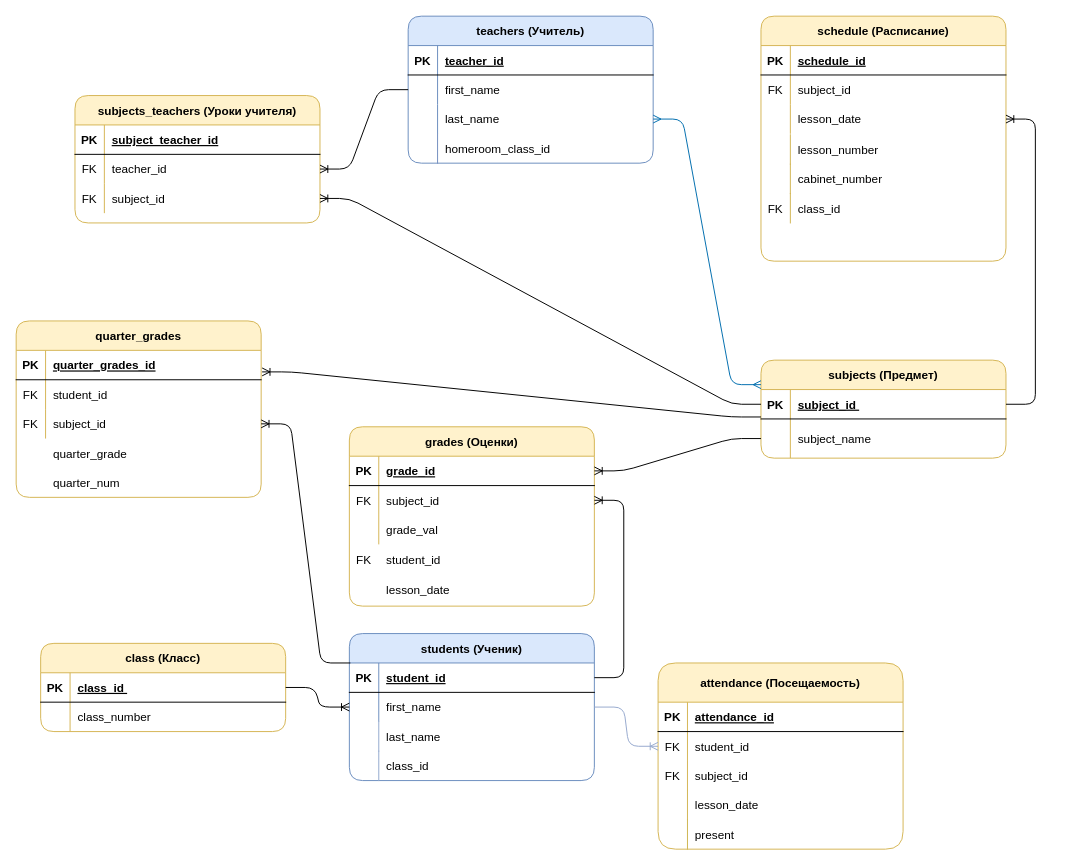
Earlier version of the draw.io diagram Диаграмма без названия.drawio (Web-destiny/appNotes). Source tidied: cells renumbered, new cells numbered last; positions are measured from the earlier drawing's top-left corner, leaving out a move shared by most shapes. Both pictures are drawn from the tidied source at 98%, with x=0, y=0 at pixel (16, 16).
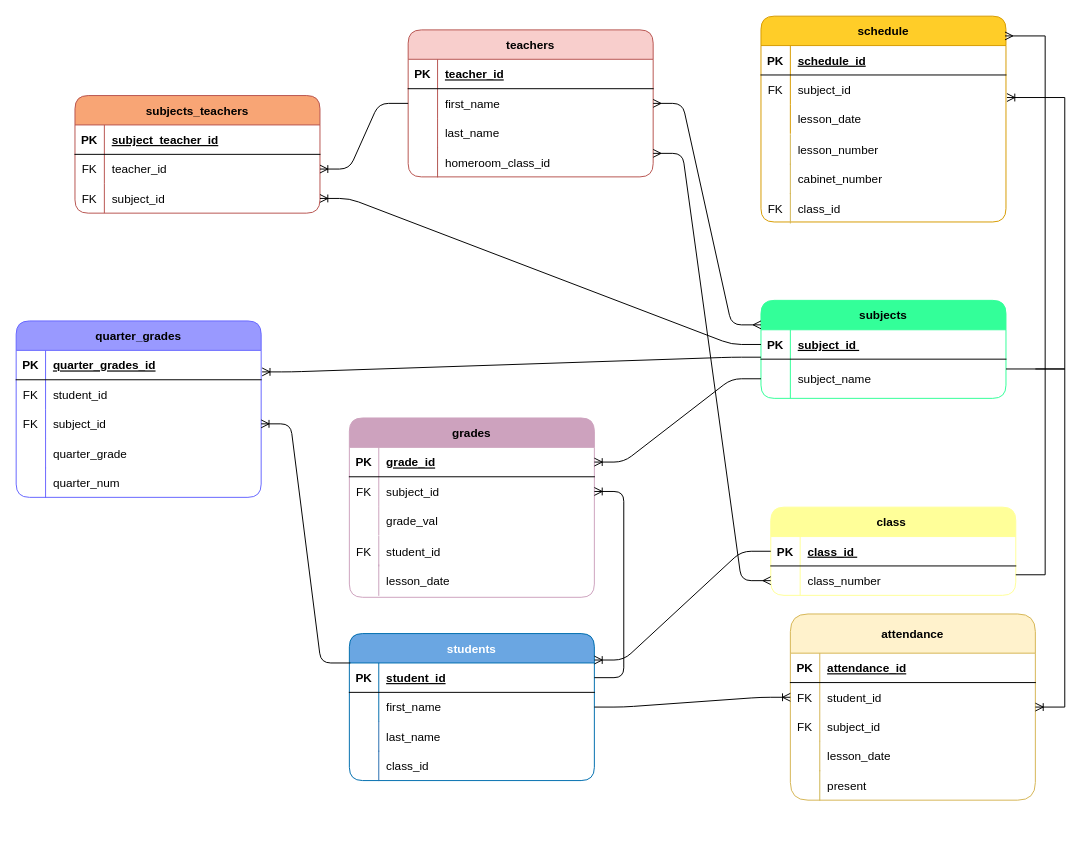
The same diagram, later.

The change refers to these unchanged cells:
```xml
<mxCell id="6" style="shape=partialRectangle;fillColor=none;points=[[0,0.5],[1,0.5]];portConstraint=eastwest;top=0;left=0;right=0;bottom=0;" parent="2" vertex="1">
  <mxGeometry y="60" width="250" height="30" as="geometry" />
</mxCell>
<mxCell id="9" style="shape=partialRectangle;fillColor=none;points=[[0,0.5],[1,0.5]];portConstraint=eastwest;top=0;left=0;right=0;bottom=0;" parent="2" vertex="1">
  <mxGeometry y="90" width="250" height="30" as="geometry" />
</mxCell>
<mxCell id="13" style="shape=partialRectangle;fillColor=none;points=[[0,0.5],[1,0.5]];portConstraint=eastwest;top=0;left=0;right=0;bottom=1;" parent="12" vertex="1">
  <mxGeometry y="30" width="250" height="30" as="geometry" />
</mxCell>
<mxCell id="16" style="shape=partialRectangle;fillColor=none;points=[[0,0.5],[1,0.5]];portConstraint=eastwest;top=0;left=0;right=0;bottom=0;" parent="12" vertex="1">
  <mxGeometry y="60" width="250" height="40" as="geometry" />
</mxCell>
<mxCell id="20" style="shape=partialRectangle;fillColor=none;points=[[0,0.5],[1,0.5]];portConstraint=eastwest;top=0;left=0;right=0;bottom=1;" parent="19" vertex="1">
  <mxGeometry y="30" width="250" height="30" as="geometry" />
</mxCell>
<mxCell id="23" style="shape=partialRectangle;fillColor=none;points=[[0,0.5],[1,0.5]];portConstraint=eastwest;top=0;left=0;right=0;bottom=0;" parent="19" vertex="1">
  <mxGeometry y="60" width="250" height="30" as="geometry" />
</mxCell>
<mxCell id="40" style="shape=partialRectangle;fillColor=none;points=[[0,0.5],[1,0.5]];portConstraint=eastwest;top=0;left=0;right=0;bottom=0;" parent="36" vertex="1">
  <mxGeometry y="70" width="250" height="30" as="geometry" />
</mxCell>
<mxCell id="70" style="shape=partialRectangle;fillColor=none;points=[[0,0.5],[1,0.5]];portConstraint=eastwest;top=0;left=0;right=0;bottom=0;" parent="66" vertex="1">
  <mxGeometry y="60" width="250" height="30" as="geometry" />
</mxCell>
<mxCell id="73" style="shape=partialRectangle;fillColor=none;points=[[0,0.5],[1,0.5]];portConstraint=eastwest;top=0;left=0;right=0;bottom=0;" parent="66" vertex="1">
  <mxGeometry y="90" width="250" height="30" as="geometry" />
</mxCell>
<mxCell id="80" style="shape=partialRectangle;fillColor=none;points=[[0,0.5],[1,0.5]];portConstraint=eastwest;top=0;left=0;right=0;bottom=0;" parent="76" vertex="1">
  <mxGeometry y="60" width="250" height="30" as="geometry" />
</mxCell>
```

Diff of the diagram source:
```diff
@@
-    <mxCell id="2" value="teachers (Учитель)" style="shape=table;startSize=30;childLayout=tableLayout;rowLines=0;fontStyle=1;align=center;fillColor=#dae8fc;strokeColor=#6c8ebf;rounded=1;" parent="1" vertex="1">
-      <mxGeometry x="400" width="250" height="150" as="geometry" />
+    <mxCell id="2" value="teachers" style="shape=table;startSize=30;childLayout=tableLayout;rowLines=0;fontStyle=1;align=center;rounded=1;fillColor=#f8cecc;gradientColor=none;strokeColor=#b85450;" parent="1" vertex="1">
+      <mxGeometry x="400" y="14" width="250" height="150" as="geometry" />
     </mxCell>
@@
-    <mxCell id="12" value="subjects (Предмет)" style="shape=table;startSize=30;childLayout=tableLayout;rowLines=0;fontStyle=1;align=center;fillColor=#fff2cc;strokeColor=#d6b656;rounded=1;" parent="1" vertex="1">
-      <mxGeometry x="760" y="351" width="250" height="100" as="geometry" />
+    <mxCell id="12" value="subjects" style="shape=table;startSize=30;childLayout=tableLayout;rowLines=0;fontStyle=1;align=center;fillColor=#33FF99;strokeColor=#33FF99;rounded=1;" parent="1" vertex="1">
+      <mxGeometry x="760" y="290" width="250" height="100" as="geometry" />
     </mxCell>
@@
-    <mxCell id="19" value="class (Класс)" style="shape=table;startSize=30;childLayout=tableLayout;rowLines=0;fontStyle=1;align=center;fillColor=#fff2cc;strokeColor=#d6b656;rounded=1;" parent="1" vertex="1">
-      <mxGeometry x="25" y="640" width="250" height="90" as="geometry" />
+    <mxCell id="19" value="class " style="shape=table;startSize=30;childLayout=tableLayout;rowLines=0;fontStyle=1;align=center;fillColor=#FFFF99;strokeColor=#FFFF99;rounded=1;" parent="1" vertex="1">
+      <mxGeometry x="770" y="501" width="250" height="90" as="geometry" />
     </mxCell>
@@
-    <mxCell id="26" value="subjects_teachers (Уроки учителя)" style="shape=table;startSize=30;childLayout=tableLayout;rowLines=0;fontStyle=1;align=center;fillColor=#fff2cc;strokeColor=#d6b656;rounded=1;" parent="1" vertex="1">
-      <mxGeometry x="60" y="81" width="250" height="130" as="geometry" />
+    <mxCell id="26" value="subjects_teachers" style="shape=table;startSize=30;childLayout=tableLayout;rowLines=0;fontStyle=1;align=center;fillColor=#F8A575;strokeColor=#b85450;rounded=1;gradientColor=none;" parent="1" vertex="1">
+      <mxGeometry x="60" y="81" width="250" height="120" as="geometry" />
     </mxCell>
@@
-    <mxCell id="36" value="attendance (Посещаемость)" style="shape=table;startSize=40;childLayout=tableLayout;rowLines=0;fontStyle=1;align=center;fillColor=#fff2cc;strokeColor=#d6b656;rounded=1;" parent="1" vertex="1">
-      <mxGeometry x="655" y="660" width="250" height="190" as="geometry" />
+    <mxCell id="36" value="attendance" style="shape=table;startSize=40;childLayout=tableLayout;rowLines=0;fontStyle=1;align=center;fillColor=#fff2cc;strokeColor=#d6b656;rounded=1;" parent="1" vertex="1">
+      <mxGeometry x="790" y="610" width="250" height="190" as="geometry" />
     </mxCell>
@@
-    <mxCell id="46" value="grades (Оценки)" style="shape=table;startSize=30;childLayout=tableLayout;rowLines=0;fontStyle=1;align=center;fillColor=#fff2cc;strokeColor=#d6b656;rounded=1;" parent="1" vertex="1">
-      <mxGeometry x="340" y="419" width="250" height="183" as="geometry" />
+    <mxCell id="46" value="grades" style="shape=table;startSize=30;childLayout=tableLayout;rowLines=0;fontStyle=1;align=center;fillColor=#CDA2BE;strokeColor=#CDA2BE;rounded=1;" parent="1" vertex="1">
+      <mxGeometry x="340" y="410" width="250" height="183" as="geometry" />
     </mxCell>
@@
-    <mxCell id="56" value="quarter_grades" style="shape=table;startSize=30;childLayout=tableLayout;rowLines=0;fontStyle=1;align=center;fillColor=#fff2cc;strokeColor=#d6b656;rounded=1;" parent="1" vertex="1">
+    <mxCell id="56" value="quarter_grades" style="shape=table;startSize=30;childLayout=tableLayout;rowLines=0;fontStyle=1;align=center;fillColor=#9999FF;strokeColor=#6666FF;rounded=1;" parent="1" vertex="1">
       <mxGeometry y="311" width="250" height="180" as="geometry" />
     </mxCell>
@@
-    <mxCell id="66" value="schedule (Расписание)" style="shape=table;startSize=30;childLayout=tableLayout;rowLines=0;fontStyle=1;align=center;fillColor=#fff2cc;strokeColor=#d6b656;rounded=1;" parent="1" vertex="1">
-      <mxGeometry x="760" width="250" height="250" as="geometry" />
+    <mxCell id="66" value="schedule" style="shape=table;startSize=30;childLayout=tableLayout;rowLines=0;fontStyle=1;align=center;fillColor=#ffcd28;strokeColor=#d79b00;rounded=1;gradientColor=none;" parent="1" vertex="1">
+      <mxGeometry x="760" width="250" height="210" as="geometry" />
     </mxCell>
@@
-    <mxCell id="76" value="students (Ученик)" style="shape=table;startSize=30;childLayout=tableLayout;rowLines=0;fontStyle=1;align=center;fillColor=#dae8fc;strokeColor=#6c8ebf;top=1;right=1;rounded=1;" parent="1" vertex="1">
+    <mxCell id="76" value="students" style="shape=table;startSize=30;childLayout=tableLayout;rowLines=0;fontStyle=1;align=center;fillColor=#6AA6E2;strokeColor=#006EAF;top=1;right=1;rounded=1;fontColor=#ffffff;" parent="1" vertex="1">
       <mxGeometry x="340" y="630" width="250" height="150" as="geometry" />
     </mxCell>
@@
-    <mxCell id="83" style="shape=partialRectangle;overflow=hidden;fillColor=none;top=0;left=0;bottom=0;right=1;strokeWidth=1;strokeColor=#94a9ce;align=center;verticalAlign=middle;fontFamily=Helvetica;fontSize=12;fontColor=default;" parent="1" vertex="1">
+    <mxCell id="83" style="shape=partialRectangle;overflow=hidden;fillColor=none;top=0;left=0;bottom=0;right=1;strokeWidth=1;strokeColor=#286eb0;align=center;verticalAlign=middle;fontFamily=Helvetica;fontSize=12;fontColor=default;" parent="1" vertex="1">
       <mxGeometry x="340" y="720" width="30" height="30" as="geometry" />
     </mxCell>
@@
-    <mxCell id="85" style="shape=partialRectangle;overflow=hidden;fillColor=none;top=0;left=0;bottom=0;right=1;strokeWidth=1;strokeColor=#94a9ce;align=center;verticalAlign=middle;fontFamily=Helvetica;fontSize=12;fontColor=default;" parent="1" vertex="1">
+    <mxCell id="85" style="shape=partialRectangle;overflow=hidden;fillColor=none;top=0;left=0;bottom=0;right=1;strokeWidth=1;strokeColor=#286EB0;align=center;verticalAlign=middle;fontFamily=Helvetica;fontSize=12;fontColor=default;" parent="1" vertex="1">
       <mxGeometry x="340" y="750" width="30" height="30" as="geometry" />
     </mxCell>
@@
-    <mxCell id="87" style="shape=partialRectangle;overflow=hidden;fillColor=none;top=0;left=0;bottom=0;right=1;strokeColor=#728ebf;" parent="1" vertex="1">
-      <mxGeometry x="400" y="120" width="30" height="30" as="geometry" />
+    <mxCell id="87" style="shape=partialRectangle;overflow=hidden;fillColor=none;top=0;left=0;bottom=0;right=1;strokeColor=#b1544e;" parent="1" vertex="1">
+      <mxGeometry x="400" y="134" width="30" height="30" as="geometry" />
     </mxCell>
     <mxCell id="88" value="homeroom_class_id" style="shape=partialRectangle;overflow=hidden;fillColor=none;top=0;left=0;bottom=0;right=0;align=left;spacingLeft=6;" parent="1" vertex="1">
-      <mxGeometry x="430" y="120" width="220" height="30" as="geometry" />
+      <mxGeometry x="430" y="134" width="220" height="30" as="geometry" />
     </mxCell>
     <mxCell id="89" style="shape=partialRectangle;overflow=hidden;fillColor=none;top=0;left=0;bottom=0;right=1;strokeColor=#d2b654;" parent="1" vertex="1">
-      <mxGeometry x="655" y="790" width="30" height="30" as="geometry" />
+      <mxGeometry x="790" y="740" width="30" height="30" as="geometry" />
     </mxCell>
     <mxCell id="90" value="lesson_date" style="shape=partialRectangle;overflow=hidden;fillColor=none;top=0;left=0;bottom=0;right=0;align=left;spacingLeft=6;" parent="1" vertex="1">
-      <mxGeometry x="685" y="790" width="220" height="30" as="geometry" />
+      <mxGeometry x="820" y="740" width="220" height="30" as="geometry" />
     </mxCell>
     <mxCell id="91" style="shape=partialRectangle;overflow=hidden;fillColor=none;top=0;left=0;bottom=0;right=1;strokeColor=#ceb652;" parent="1" vertex="1">
-      <mxGeometry x="655" y="820" width="30" height="30" as="geometry" />
+      <mxGeometry x="790" y="770" width="30" height="30" as="geometry" />
     </mxCell>
     <mxCell id="92" value="present" style="shape=partialRectangle;overflow=hidden;fillColor=none;top=0;left=0;bottom=0;right=0;align=left;spacingLeft=6;strokeColor=#d2b654;" parent="1" vertex="1">
-      <mxGeometry x="685" y="820" width="220" height="30" as="geometry" />
+      <mxGeometry x="820" y="770" width="220" height="30" as="geometry" />
     </mxCell>
-    <mxCell id="93" value="FK" style="shape=partialRectangle;overflow=hidden;fillColor=none;top=0;left=0;bottom=0;right=0;" parent="1" vertex="1">
-      <mxGeometry x="340" y="540" width="30" height="30" as="geometry" />
+    <mxCell id="93" value="FK" style="shape=partialRectangle;overflow=hidden;fillColor=none;top=0;left=0;bottom=0;right=1;strokeColor=#caa2be;" parent="1" vertex="1">
+      <mxGeometry x="340" y="531" width="30" height="30" as="geometry" />
     </mxCell>
     <mxCell id="94" value="student_id" style="shape=partialRectangle;overflow=hidden;fillColor=none;top=0;left=0;bottom=0;right=0;align=left;spacingLeft=6;" parent="1" vertex="1">
-      <mxGeometry x="370" y="540" width="220" height="30" as="geometry" />
+      <mxGeometry x="370" y="531" width="220" height="30" as="geometry" />
     </mxCell>
-    <mxCell id="95" style="shape=partialRectangle;overflow=hidden;fillColor=none;top=0;left=0;bottom=0;right=0;" parent="1" vertex="1">
-      <mxGeometry x="340" y="570" width="30" height="30" as="geometry" />
+    <mxCell id="95" style="shape=partialRectangle;overflow=hidden;fillColor=none;top=0;left=0;bottom=0;right=1;strokeColor=#CAA2BE;" parent="1" vertex="1">
+      <mxGeometry x="340" y="560" width="30" height="31" as="geometry" />
     </mxCell>
     <mxCell id="96" value="lesson_date" style="shape=partialRectangle;overflow=hidden;fillColor=none;top=0;left=0;bottom=0;right=0;align=left;spacingLeft=6;" parent="1" vertex="1">
-      <mxGeometry x="370" y="570" width="220" height="30" as="geometry" />
+      <mxGeometry x="370" y="561" width="220" height="30" as="geometry" />
     </mxCell>
@@
-    <mxCell id="103" style="shape=partialRectangle;overflow=hidden;fillColor=none;top=0;left=0;bottom=0;right=0;" parent="1" vertex="1">
+    <mxCell id="103" style="shape=partialRectangle;overflow=hidden;fillColor=none;top=0;left=0;bottom=0;right=1;strokeColor=#6c66ff;" parent="1" vertex="1">
       <mxGeometry y="431" width="30" height="30" as="geometry" />
     </mxCell>
@@
-    <mxCell id="105" style="shape=partialRectangle;overflow=hidden;fillColor=none;top=0;left=0;bottom=0;right=0;" parent="1" vertex="1">
+    <mxCell id="105" style="shape=partialRectangle;overflow=hidden;fillColor=none;top=0;left=0;bottom=0;right=1;strokeColor=#6C66FF;" parent="1" vertex="1">
       <mxGeometry y="461" width="30" height="30" as="geometry" />
     </mxCell>
@@
-    <mxCell id="107" style="edgeStyle=entityRelationEdgeStyle;fontSize=12;html=1;endArrow=ERmany;startArrow=ERmany;rounded=1;entryX=0;entryY=0.25;entryDx=0;entryDy=0;fillColor=#1ba1e2;strokeColor=#006EAF;exitX=1;exitY=0.5;exitDx=0;exitDy=0;curved=0;" parent="1" edge="1" source="9" target="12">
+    <mxCell id="107" style="edgeStyle=entityRelationEdgeStyle;fontSize=12;html=1;endArrow=ERmany;startArrow=ERmany;rounded=1;entryX=0;entryY=0.25;entryDx=0;entryDy=0;fillColor=#1ba1e2;strokeColor=#000000;exitX=1;exitY=0.5;exitDx=0;exitDy=0;curved=0;" parent="1" edge="1" source="6" target="12">
       <mxGeometry relative="1" as="geometry" />
     </mxCell>
-    <mxCell id="108" style="edgeStyle=entityRelationEdgeStyle;fontSize=12;html=1;endArrow=ERoneToMany;rounded=1;exitX=1;exitY=0.5;exitDx=0;exitDy=0;entryX=0;entryY=0.5;entryDx=0;entryDy=0;curved=0;" parent="1" edge="1" source="20" target="80">
+    <mxCell id="108" style="edgeStyle=entityRelationEdgeStyle;fontSize=12;html=1;endArrow=ERoneToMany;rounded=1;exitX=0;exitY=0.5;exitDx=0;exitDy=0;curved=0;entryX=1;entryY=0.18;entryDx=0;entryDy=0;entryPerimeter=0;" parent="1" edge="1" source="20" target="76">
       <mxGeometry relative="1" as="geometry" />
     </mxCell>
@@
-    <mxCell id="110" style="edgeStyle=entityRelationEdgeStyle;fontSize=12;html=1;endArrow=ERoneToMany;rounded=1;entryX=0;entryY=0.5;entryDx=0;entryDy=0;exitX=1;exitY=0.5;exitDx=0;exitDy=0;strokeColor=#97a9ce;curved=0;" parent="1" edge="1" source="80" target="40">
+    <mxCell id="110" style="edgeStyle=entityRelationEdgeStyle;fontSize=12;html=1;endArrow=ERoneToMany;rounded=1;entryX=0;entryY=0.5;entryDx=0;entryDy=0;exitX=1;exitY=0.5;exitDx=0;exitDy=0;strokeColor=#000000;curved=0;" parent="1" edge="1" source="80" target="40">
       <mxGeometry relative="1" as="geometry" />
     </mxCell>
@@
-    <mxCell id="113" style="edgeStyle=entityRelationEdgeStyle;fontSize=12;html=1;endArrow=ERoneToMany;rounded=1;entryX=1;entryY=0.5;entryDx=0;entryDy=0;exitX=1;exitY=0.5;exitDx=0;exitDy=0;curved=0;" parent="1" edge="1" source="13" target="73">
-      <mxGeometry relative="1" as="geometry" />
-    </mxCell>
@@
+    <mxCell id="117" style="edgeStyle=entityRelationEdgeStyle;fontSize=12;html=1;endArrow=ERmany;rounded=0;entryX=0.996;entryY=0.096;entryDx=0;entryDy=0;entryPerimeter=0;curved=0;" parent="1" edge="1" target="66">
+      <mxGeometry relative="1" as="geometry">
+        <mxPoint x="1020" y="570" as="sourcePoint" />
+      </mxGeometry>
+    </mxCell>
+    <mxCell id="118" style="edgeStyle=entityRelationEdgeStyle;fontSize=12;html=1;endArrow=ERmany;startArrow=ERmany;rounded=1;entryX=0;entryY=0.5;entryDx=0;entryDy=0;curved=0;" parent="1" edge="1" target="23">
+      <mxGeometry relative="1" as="geometry">
+        <mxPoint x="650" y="140" as="sourcePoint" />
+      </mxGeometry>
+    </mxCell>
+    <mxCell id="119" style="edgeStyle=entityRelationEdgeStyle;fontSize=12;html=1;endArrow=ERoneToMany;rounded=0;exitX=1;exitY=0.25;exitDx=0;exitDy=0;exitPerimeter=0;curved=0;" parent="1" edge="1" source="16" target="36">
+      <mxGeometry relative="1" as="geometry">
+        <Array as="points">
+          <mxPoint x="1070" y="100" />
+        </Array>
+      </mxGeometry>
+    </mxCell>
+    <mxCell id="120" style="edgeStyle=entityRelationEdgeStyle;fontSize=12;html=1;endArrow=ERoneToMany;rounded=0;entryX=1.004;entryY=0.767;entryDx=0;entryDy=0;entryPerimeter=0;curved=0;" parent="1" edge="1" target="70">
+      <mxGeometry relative="1" as="geometry">
+        <mxPoint x="1040" y="360" as="sourcePoint" />
+      </mxGeometry>
+    </mxCell>
```
